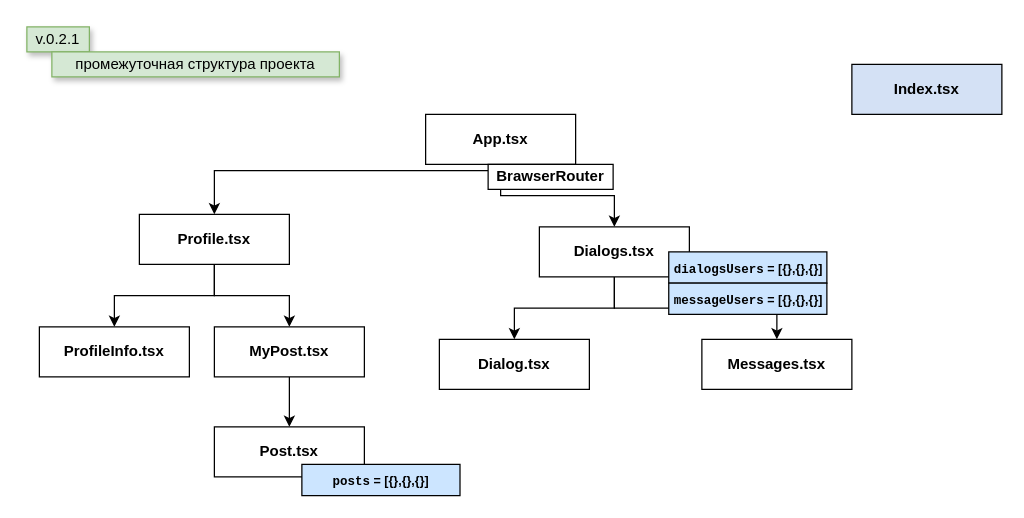
Earlier version of the draw.io diagram Untitled Diagram.drawio (AndrosovMA/Social_network). Source tidied: cells renumbered, new cells numbered last; positions are measured from the earlier drawing's top-left corner, leaving out a move shared by most shapes. Both pictures are drawn from the tidied source at 125%, with x=0, y=0 at pixel (26, 26).
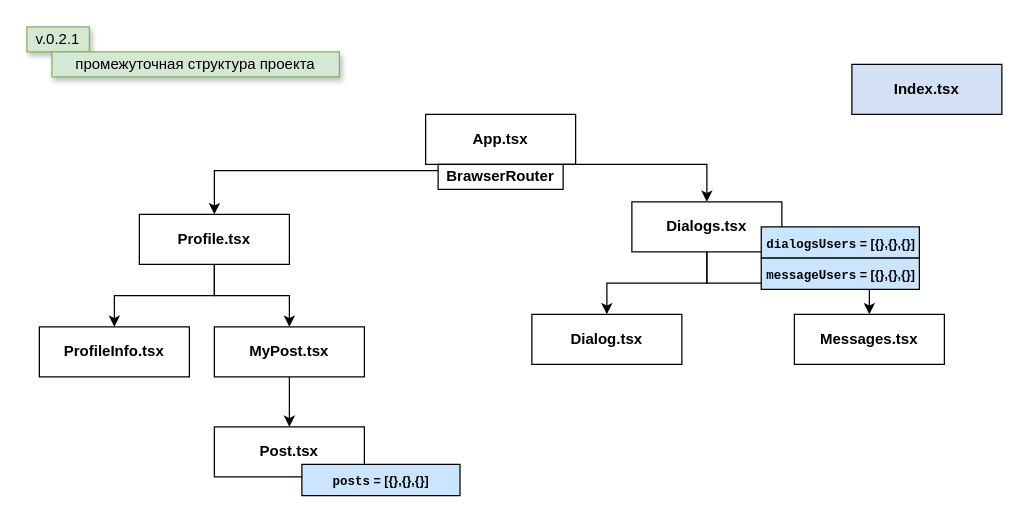
The same page after the edit.

Commit message:
v.0.2.1 - промежуточная структура APP

Unchanged cells that the change refers to:
```xml
<mxCell id="5" value="&lt;b&gt;App.tsx&lt;/b&gt;" style="rounded=0;whiteSpace=wrap;html=1;fillColor=#FFFFFF;" parent="1" vertex="1">
  <mxGeometry x="319" y="70" width="120" height="40" as="geometry" />
</mxCell>
```

Diff of the diagram source:
```diff
@@
-    <mxCell id="4" style="edgeStyle=orthogonalEdgeStyle;rounded=0;jettySize=auto;html=1;exitX=0.5;exitY=1;exitDx=0;exitDy=0;entryX=0.5;entryY=0;entryDx=0;entryDy=0;fontSize=10;fontColor=#000000;" parent="1" edge="1" source="5" target="11">
-      <mxGeometry relative="1" as="geometry" />
-    </mxCell>
@@
     <mxCell id="11" value="&lt;b&gt;Dialogs.tsx&lt;/b&gt;" style="rounded=0;whiteSpace=wrap;html=1;fillColor=#FFFFFF;" parent="1" vertex="1">
-      <mxGeometry x="410" y="160" width="120" height="40" as="geometry" />
+      <mxGeometry x="484" y="140" width="120" height="40" as="geometry" />
     </mxCell>
@@
+    <mxCell id="24" style="edgeStyle=orthogonalEdgeStyle;rounded=0;jettySize=auto;html=1;exitX=1;exitY=0;exitDx=0;exitDy=0;entryX=0.5;entryY=0;entryDx=0;entryDy=0;fontSize=10;fontColor=#000000;" parent="1" edge="1" source="13" target="11">
+      <mxGeometry relative="1" as="geometry">
+        <Array as="points">
+          <mxPoint x="544" y="110" />
+        </Array>
+      </mxGeometry>
+    </mxCell>
     <mxCell id="13" value="&lt;b&gt;BrawserRouter&lt;/b&gt;" style="rounded=0;whiteSpace=wrap;html=1;fillColor=#FFFFFF;" parent="1" vertex="1">
-      <mxGeometry x="369" y="110" width="100" height="20" as="geometry" />
+      <mxGeometry x="329" y="110" width="100" height="20" as="geometry" />
     </mxCell>
@@
     <mxCell id="19" value="&lt;b&gt;Dialog.tsx&lt;/b&gt;" style="rounded=0;whiteSpace=wrap;html=1;fillColor=#FFFFFF;" parent="1" vertex="1">
-      <mxGeometry x="330" y="250" width="120" height="40" as="geometry" />
+      <mxGeometry x="404" y="230" width="120" height="40" as="geometry" />
     </mxCell>
     <mxCell id="20" value="&lt;b&gt;Messages.tsx&lt;/b&gt;" style="rounded=0;whiteSpace=wrap;html=1;fillColor=#FFFFFF;" parent="1" vertex="1">
-      <mxGeometry x="540" y="250" width="120" height="40" as="geometry" />
+      <mxGeometry x="614" y="230" width="120" height="40" as="geometry" />
     </mxCell>
     <mxCell id="21" value="&lt;b&gt;&lt;font style=&quot;font-size: 10px&quot;&gt;&lt;span style=&quot;font-family: &amp;#34;jetbrains mono&amp;#34; , monospace&quot;&gt;dialogsUsers&lt;/span&gt;&amp;nbsp;= [{},{},{}]&lt;/font&gt;&lt;/b&gt;" style="rounded=0;whiteSpace=wrap;html=1;shadow=0;strokeColor=#000000;fillColor=#CCE5FF;" parent="1" vertex="1">
-      <mxGeometry x="513.5" y="180" width="126.5" height="25" as="geometry" />
+      <mxGeometry x="587.5" y="160" width="126.5" height="25" as="geometry" />
     </mxCell>
     <mxCell id="22" value="&lt;b&gt;&lt;font style=&quot;font-size: 10px&quot;&gt;&lt;span style=&quot;font-family: &amp;#34;jetbrains mono&amp;#34; , monospace&quot;&gt;messageUsers&lt;/span&gt;&amp;nbsp;= [{},{},{}]&lt;/font&gt;&lt;/b&gt;" style="rounded=0;whiteSpace=wrap;html=1;shadow=0;strokeColor=#000000;fillColor=#CCE5FF;" parent="1" vertex="1">
-      <mxGeometry x="513.5" y="205" width="126.5" height="25" as="geometry" />
+      <mxGeometry x="587.5" y="185" width="126.5" height="25" as="geometry" />
     </mxCell>
```
